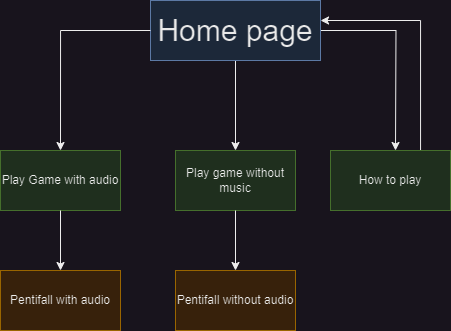
Above: assets/images/readme/uxd/structure/pentifall-information-architecture.png in CharlieMcGoldrick/ci-ms2-pentifall (draw.io), before the change. Source tidied: cells renumbered, new cells last; positions are measured from the earlier drawing's top-left corner, leaving out a move shared by most shapes. The source it was exported from:
```xml
<mxGraphModel>
  <root>
    <mxCell id="0" />
    <mxCell id="1" parent="0" />
    <mxCell id="2" style="edgeStyle=orthogonalEdgeStyle;rounded=0;jettySize=auto;html=1;exitX=0.5;exitY=1;exitDx=0;exitDy=0;" parent="1" edge="1" source="4">
      <mxGeometry relative="1" as="geometry">
        <mxPoint x="235" y="150" as="targetPoint" />
        <Array as="points">
          <mxPoint x="235" y="150" />
        </Array>
      </mxGeometry>
    </mxCell>
    <mxCell id="3" style="edgeStyle=orthogonalEdgeStyle;rounded=0;jettySize=auto;html=1;" parent="1" edge="1" source="4">
      <mxGeometry relative="1" as="geometry">
        <mxPoint x="395" y="150" as="targetPoint" />
      </mxGeometry>
    </mxCell>
    <mxCell id="4" value="&lt;font color=&quot;#050505&quot; style=&quot;font-size: 30px;&quot;&gt;Home page&lt;/font&gt;" style="rounded=0;whiteSpace=wrap;html=1;fillColor=#dae8fc;strokeColor=#6c8ebf;" parent="1" vertex="1">
      <mxGeometry x="150" width="170" height="60" as="geometry" />
    </mxCell>
    <mxCell id="5" value="Play game without music" style="rounded=0;whiteSpace=wrap;html=1;fillColor=#d5e8d4;strokeColor=#82b366;" parent="1" vertex="1">
      <mxGeometry x="175" y="150" width="120" height="60" as="geometry" />
    </mxCell>
    <mxCell id="6" value="Play Game with audio" style="rounded=0;whiteSpace=wrap;html=1;fillColor=#d5e8d4;strokeColor=#82b366;" parent="1" vertex="1">
      <mxGeometry y="150" width="120" height="60" as="geometry" />
    </mxCell>
    <mxCell id="7" style="edgeStyle=orthogonalEdgeStyle;rounded=0;jettySize=auto;html=1;entryX=0.5;entryY=0;entryDx=0;entryDy=0;" parent="1" edge="1" source="4" target="6">
      <mxGeometry relative="1" as="geometry" />
    </mxCell>
    <mxCell id="8" value="Pentifall with audio" style="rounded=0;whiteSpace=wrap;html=1;fillColor=#ffe6cc;strokeColor=#d79b00;" parent="1" vertex="1">
      <mxGeometry y="270" width="120" height="60" as="geometry" />
    </mxCell>
    <mxCell id="9" style="edgeStyle=orthogonalEdgeStyle;rounded=0;jettySize=auto;html=1;" parent="1" edge="1" source="6" target="8">
      <mxGeometry relative="1" as="geometry" />
    </mxCell>
    <mxCell id="10" value="Pentifall without audio" style="rounded=0;whiteSpace=wrap;html=1;fillColor=#ffe6cc;strokeColor=#d79b00;" parent="1" vertex="1">
      <mxGeometry x="175" y="270" width="120" height="60" as="geometry" />
    </mxCell>
    <mxCell id="11" style="edgeStyle=orthogonalEdgeStyle;rounded=0;jettySize=auto;html=1;entryX=0.5;entryY=0;entryDx=0;entryDy=0;" parent="1" edge="1" source="5" target="10">
      <mxGeometry relative="1" as="geometry" />
    </mxCell>
    <mxCell id="12" style="edgeStyle=orthogonalEdgeStyle;rounded=0;jettySize=auto;html=1;" parent="1" edge="1" source="13">
      <mxGeometry relative="1" as="geometry">
        <mxPoint x="320" y="20" as="targetPoint" />
        <Array as="points">
          <mxPoint x="420" y="20" />
          <mxPoint x="320" y="20" />
        </Array>
      </mxGeometry>
    </mxCell>
    <mxCell id="13" value="How to play" style="rounded=0;whiteSpace=wrap;html=1;fillColor=#d5e8d4;strokeColor=#82b366;" parent="1" vertex="1">
      <mxGeometry x="330" y="150" width="120" height="60" as="geometry" />
    </mxCell>
  </root>
</mxGraphModel>
```
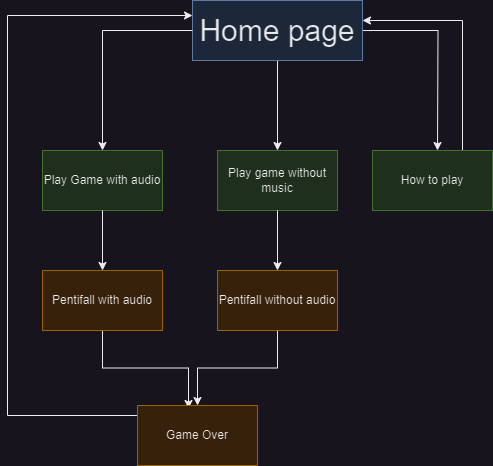
The same file after the commit.

Commit message:
Docs: add bug section

What changed in the source:
```diff
@@ -27,12 +27,18 @@
     <mxCell id="7" style="edgeStyle=orthogonalEdgeStyle;rounded=0;jettySize=auto;html=1;entryX=0.5;entryY=0;entryDx=0;entryDy=0;" parent="1" edge="1" source="4" target="6">
       <mxGeometry relative="1" as="geometry" />
     </mxCell>
+    <mxCell id="14" style="edgeStyle=orthogonalEdgeStyle;rounded=0;jettySize=auto;html=1;entryX=0.425;entryY=0.05;entryDx=0;entryDy=0;entryPerimeter=0;" parent="1" edge="1" source="8" target="17">
+      <mxGeometry relative="1" as="geometry" />
+    </mxCell>
     <mxCell id="8" value="Pentifall with audio" style="rounded=0;whiteSpace=wrap;html=1;fillColor=#ffe6cc;strokeColor=#d79b00;" parent="1" vertex="1">
       <mxGeometry y="270" width="120" height="60" as="geometry" />
     </mxCell>
     <mxCell id="9" style="edgeStyle=orthogonalEdgeStyle;rounded=0;jettySize=auto;html=1;" parent="1" edge="1" source="6" target="8">
       <mxGeometry relative="1" as="geometry" />
     </mxCell>
+    <mxCell id="15" style="edgeStyle=orthogonalEdgeStyle;rounded=0;jettySize=auto;html=1;" parent="1" edge="1" source="10" target="17">
+      <mxGeometry relative="1" as="geometry" />
+    </mxCell>
     <mxCell id="10" value="Pentifall without audio" style="rounded=0;whiteSpace=wrap;html=1;fillColor=#ffe6cc;strokeColor=#d79b00;" parent="1" vertex="1">
       <mxGeometry x="175" y="270" width="120" height="60" as="geometry" />
     </mxCell>
@@ -51,5 +57,16 @@
     <mxCell id="13" value="How to play" style="rounded=0;whiteSpace=wrap;html=1;fillColor=#d5e8d4;strokeColor=#82b366;" parent="1" vertex="1">
       <mxGeometry x="330" y="150" width="120" height="60" as="geometry" />
     </mxCell>
+    <mxCell id="16" style="edgeStyle=orthogonalEdgeStyle;rounded=0;jettySize=auto;html=1;entryX=0;entryY=0.25;entryDx=0;entryDy=0;" parent="1" edge="1" source="17" target="4">
+      <mxGeometry relative="1" as="geometry">
+        <Array as="points">
+          <mxPoint x="-35" y="415" />
+          <mxPoint x="-35" y="15" />
+        </Array>
+      </mxGeometry>
+    </mxCell>
+    <mxCell id="17" value="Game Over" style="rounded=0;whiteSpace=wrap;html=1;fillColor=#ffe6cc;strokeColor=#d79b00;" parent="1" vertex="1">
+      <mxGeometry x="95" y="405" width="120" height="60" as="geometry" />
+    </mxCell>
   </root>
 </mxGraphModel>
```
